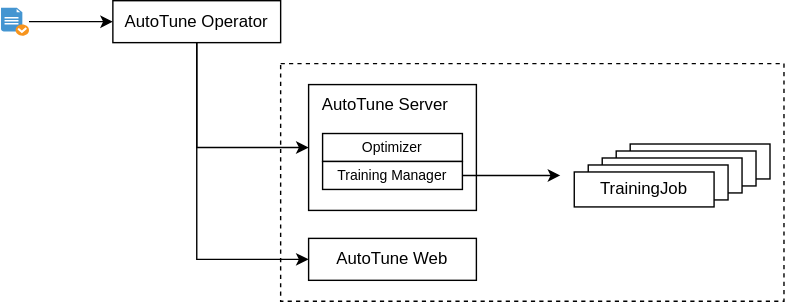
This is src/assets/modules/building/autotune/structure.drawio.svg from t9k/user-manuals, a draw.io export, as it was before one commit. Source tidied: cells renumbered, new cells last; positions are measured from the earlier drawing's top-left corner, leaving out a move shared by most shapes.
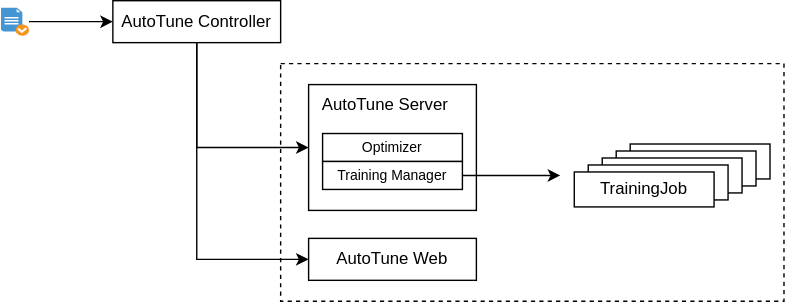
The same file after the commit.

Change to the diagram source:
```diff
@@ -35,7 +35,7 @@
     <mxCell id="12" style="edgeStyle=orthogonalEdgeStyle;rounded=0;jettySize=auto;html=1;exitX=0.5;exitY=1;exitDx=0;exitDy=0;entryX=0;entryY=0.5;entryDx=0;entryDy=0;" parent="1" edge="1" source="13" target="7">
       <mxGeometry relative="1" as="geometry" />
     </mxCell>
-    <mxCell id="13" value="&lt;font color=&quot;#000000&quot;&gt;AutoTune Operator&lt;/font&gt;" style="rounded=0;whiteSpace=wrap;html=1;fillColor=#FFFFFF;strokeColor=#000000;" parent="1" vertex="1">
+    <mxCell id="13" value="&lt;font color=&quot;#000000&quot;&gt;AutoTune Controller&lt;/font&gt;" style="rounded=0;whiteSpace=wrap;html=1;fillColor=#FFFFFF;strokeColor=#000000;" parent="1" vertex="1">
       <mxGeometry x="80" width="120" height="30" as="geometry" />
     </mxCell>
     <mxCell id="14" style="shadow=0;dashed=0;html=1;strokeColor=none;fillColor=#4495D1;labelPosition=center;verticalLabelPosition=bottom;verticalAlign=top;align=center;outlineConnect=0;shape=mxgraph.veeam.checked_doc;" parent="1" vertex="1">
```
